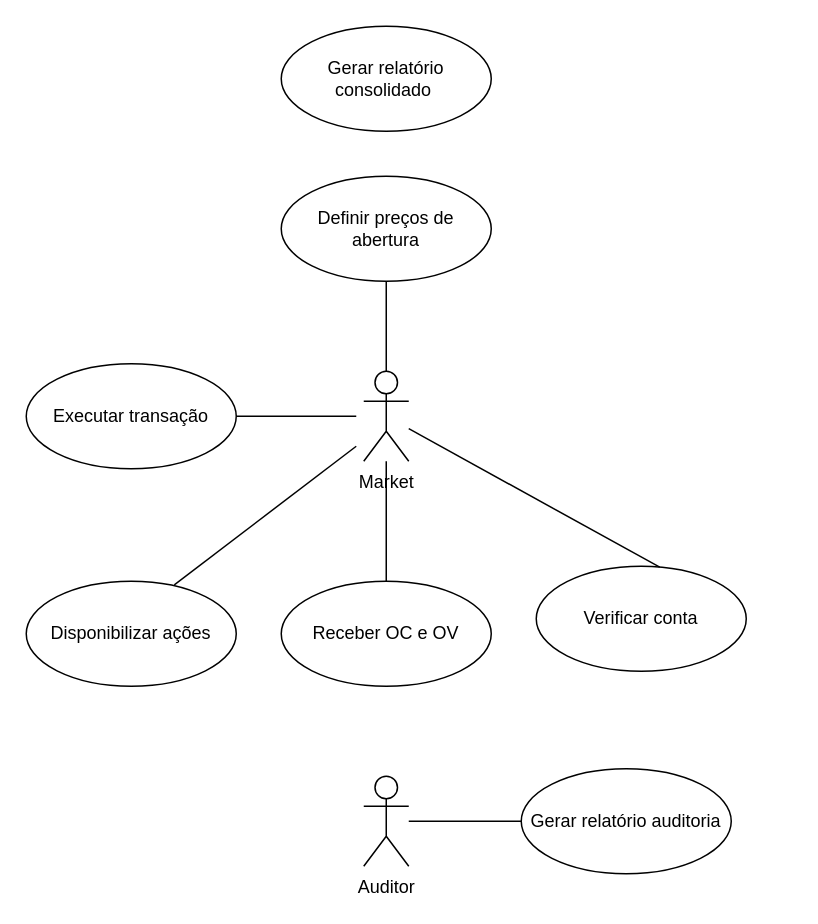
Before: diagramaCasosDeUso.drawio in brunoorlandin/StockFEI-DealBroker, a draw.io diagram. Source tidied: cells renumbered, new cells numbered last; positions are measured from the earlier drawing's top-left corner, leaving out a move shared by most shapes. Both pictures are drawn from the tidied source at 150%, with x=0, y=0 at pixel (26, 26).
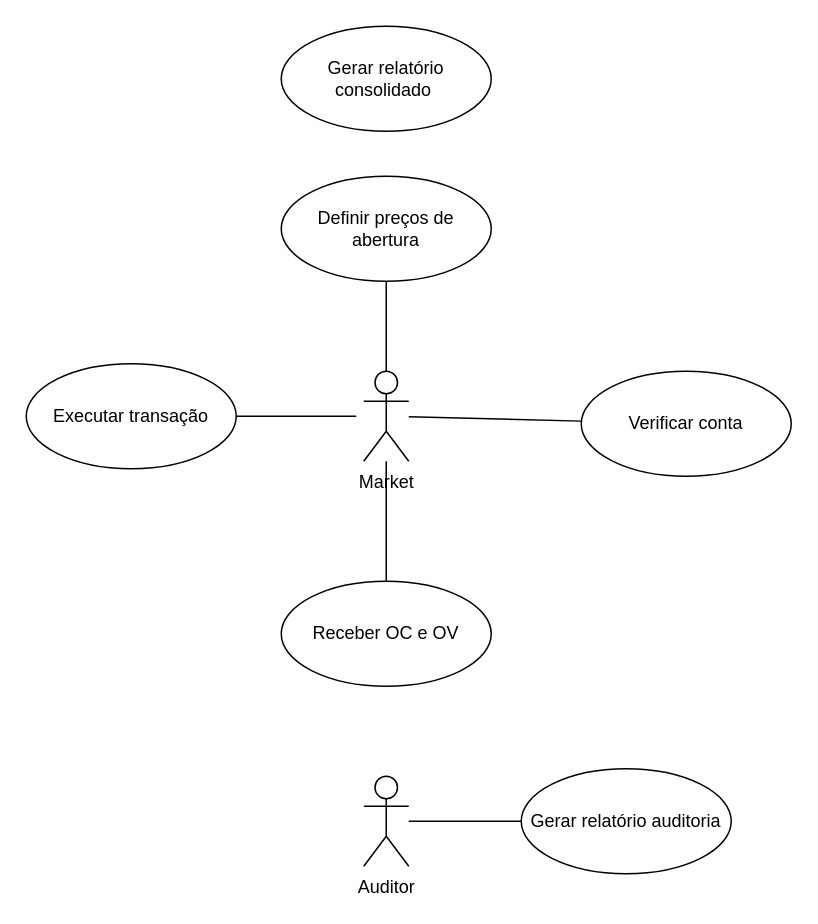
The same diagram, later.

Commit message (it also covers changes not shown here):
ajuste diagrama de casos de uso

Unchanged cells that the change refers to:
```xml
<mxCell id="2" value="Market" style="shape=umlActor;verticalLabelPosition=bottom;verticalAlign=top;html=1;" parent="1" vertex="1">
  <mxGeometry x="225" y="230" width="30" height="60" as="geometry" />
</mxCell>
```

Change to the diagram source:
```diff
@@
-    <mxCell id="3" value="Disponibilizar ações" style="ellipse;whiteSpace=wrap;html=1;" parent="1" vertex="1">
-      <mxGeometry y="370" width="140" height="70" as="geometry" />
-    </mxCell>
@@
     <mxCell id="10" value="Verificar conta" style="ellipse;whiteSpace=wrap;html=1;" parent="1" vertex="1">
-      <mxGeometry x="340" y="360" width="140" height="70" as="geometry" />
+      <mxGeometry x="370" y="230" width="140" height="70" as="geometry" />
     </mxCell>
@@
-    <mxCell id="12" style="endArrow=none;html=1;rounded=0;exitX=0.705;exitY=0.034;exitDx=0;exitDy=0;exitPerimeter=0;" parent="1" edge="1" source="3">
-      <mxGeometry relative="1" as="geometry">
-        <mxPoint x="220" y="280" as="targetPoint" />
-      </mxGeometry>
-    </mxCell>
@@
-    <mxCell id="14" style="endArrow=none;html=1;rounded=0;entryX=0.588;entryY=0.009;entryDx=0;entryDy=0;entryPerimeter=0;" parent="1" edge="1" source="2" target="10">
+    <mxCell id="14" style="endArrow=none;html=1;rounded=0;" parent="1" edge="1" source="2" target="10">
       <mxGeometry relative="1" as="geometry" />
     </mxCell>
```
